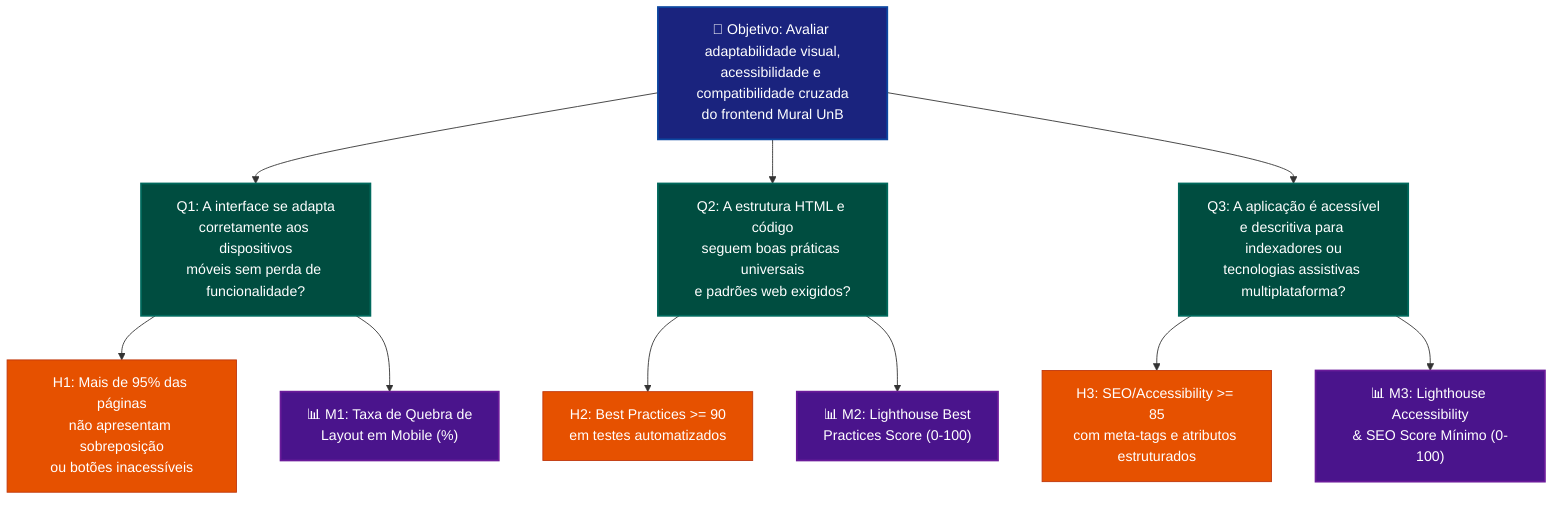
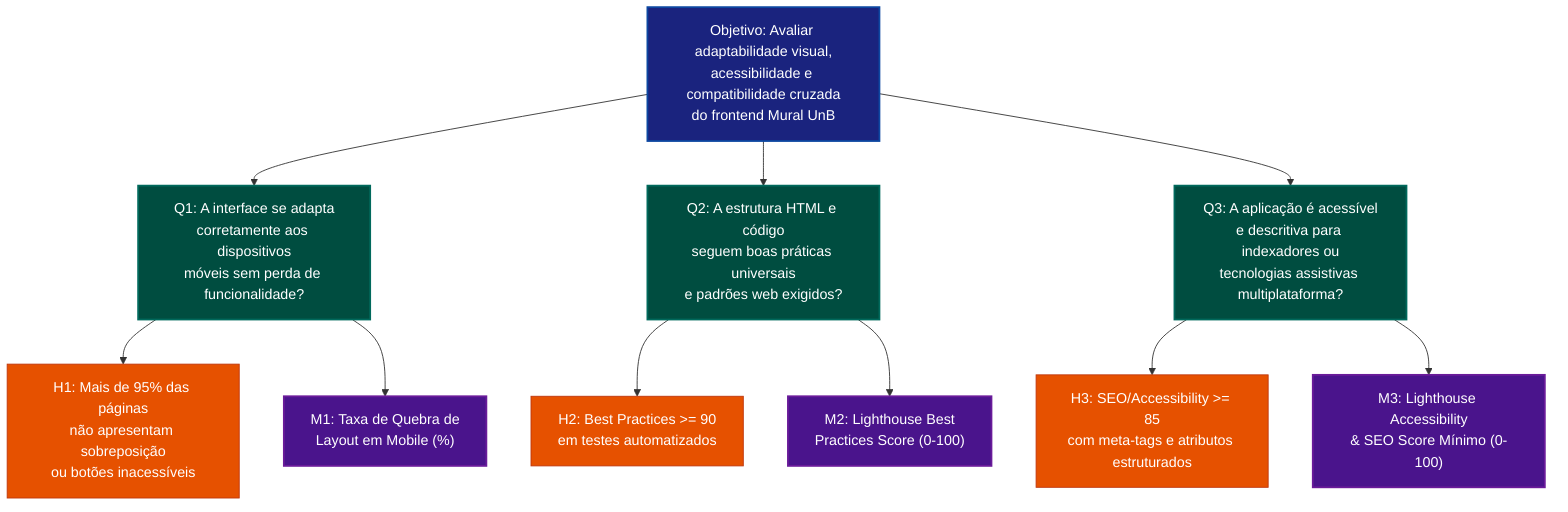
flowchart TB
-   OBJ["🎯 Objetivo: Avaliar adaptabilidade visual,\nacessibilidade e compatibilidade cruzada\ndo frontend Mural UnB"]
+   OBJ["Objetivo: Avaliar adaptabilidade visual,\nacessibilidade e compatibilidade cruzada\ndo frontend Mural UnB"]

  OBJ --> Q1["Q1: A interface se adapta\ncorretamente aos dispositivos\nmóveis sem perda de funcionalidade?"]
  OBJ --> Q2["Q2: A estrutura HTML e código\nseguem boas práticas universais\ne padrões web exigidos?"]
  OBJ --> Q3["Q3: A aplicação é acessível\ne descritiva para indexadores ou\ntecnologias assistivas multiplataforma?"]

  Q1 --> H1["H1: Mais de 95% das páginas\nnão apresentam sobreposição\nou botões inacessíveis"]
  Q2 --> H2["H2: Best Practices >= 90\nem testes automatizados"]
  Q3 --> H3["H3: SEO/Accessibility >= 85\ncom meta-tags e atributos estruturados"]

-   Q1 --> M1["📊 M1: Taxa de Quebra de\nLayout em Mobile (%)"]
-   Q2 --> M2["📊 M2: Lighthouse Best\nPractices Score (0-100)"]
-   Q3 --> M3["📊 M3: Lighthouse Accessibility\n& SEO Score Mínimo (0-100)"]
+   Q1 --> M1["M1: Taxa de Quebra de\nLayout em Mobile (%)"]
+   Q2 --> M2["M2: Lighthouse Best\nPractices Score (0-100)"]
+   Q3 --> M3["M3: Lighthouse Accessibility\n& SEO Score Mínimo (0-100)"]

  style OBJ fill:#1a237e,color:#fff,stroke:#0d47a1,stroke-width:2px
  style Q1 fill:#004d40,color:#fff,stroke:#00695c,stroke-width:2px
  style Q2 fill:#004d40,color:#fff,stroke:#00695c,stroke-width:2px
  style Q3 fill:#004d40,color:#fff,stroke:#00695c,stroke-width:2px
  style H1 fill:#e65100,color:#fff,stroke:#bf360c,stroke-width:1px
  style H2 fill:#e65100,color:#fff,stroke:#bf360c,stroke-width:1px
  style H3 fill:#e65100,color:#fff,stroke:#bf360c,stroke-width:1px
  style M1 fill:#4a148c,color:#fff,stroke:#6a1b9a,stroke-width:2px
  style M2 fill:#4a148c,color:#fff,stroke:#6a1b9a,stroke-width:2px
  style M3 fill:#4a148c,color:#fff,stroke:#6a1b9a,stroke-width:2px
